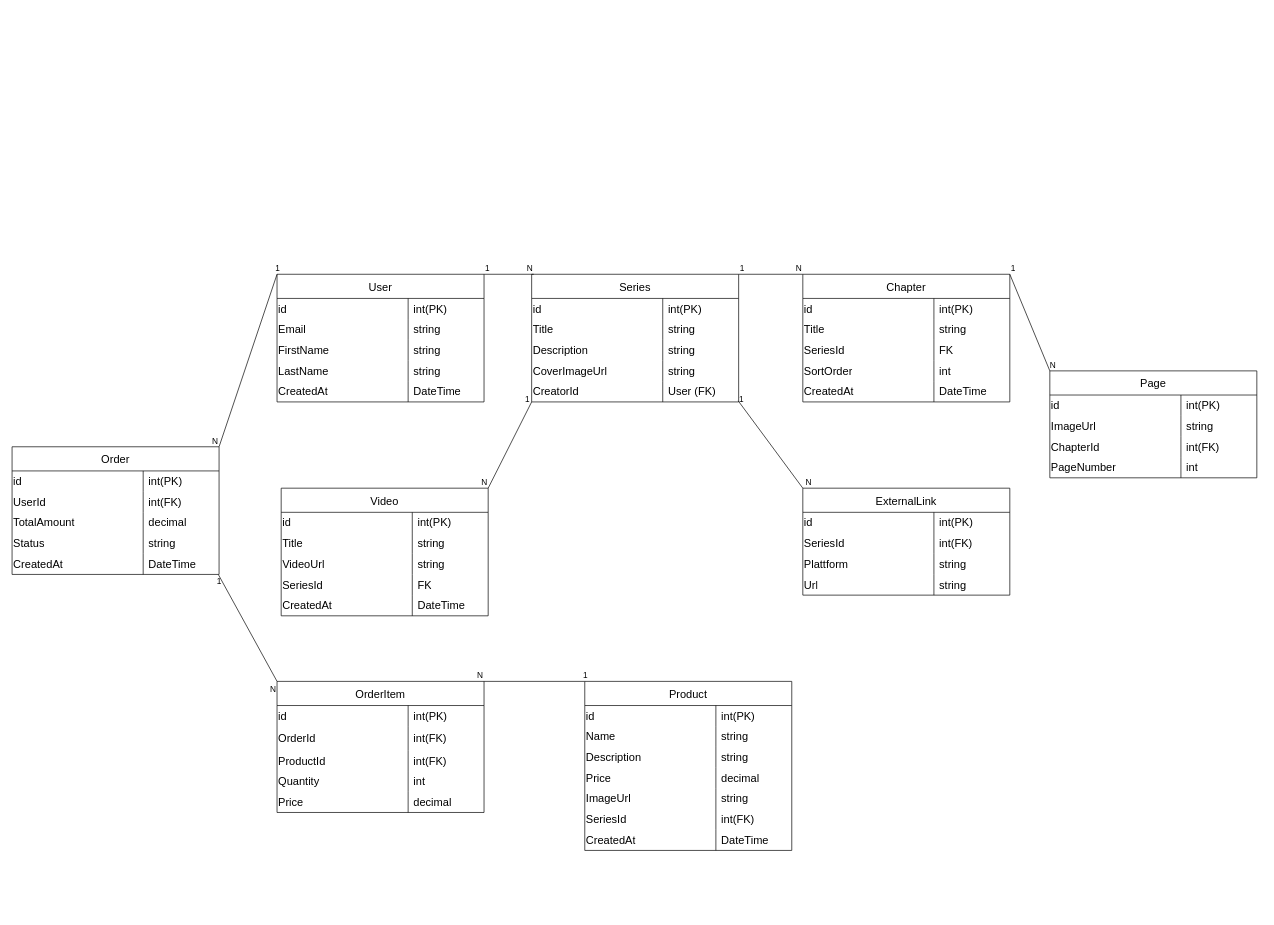
Earlier version of the draw.io diagram Diagrams/ER-diagram.drawio (SaraM47/Twinstartanimation-backend). Source tidied: cells renumbered, new cells numbered last; positions are measured from the earlier drawing's top-left corner, leaving out a move shared by most shapes. Both pictures are drawn from the tidied source at 69%, with x=0, y=0 at pixel (12, 274).
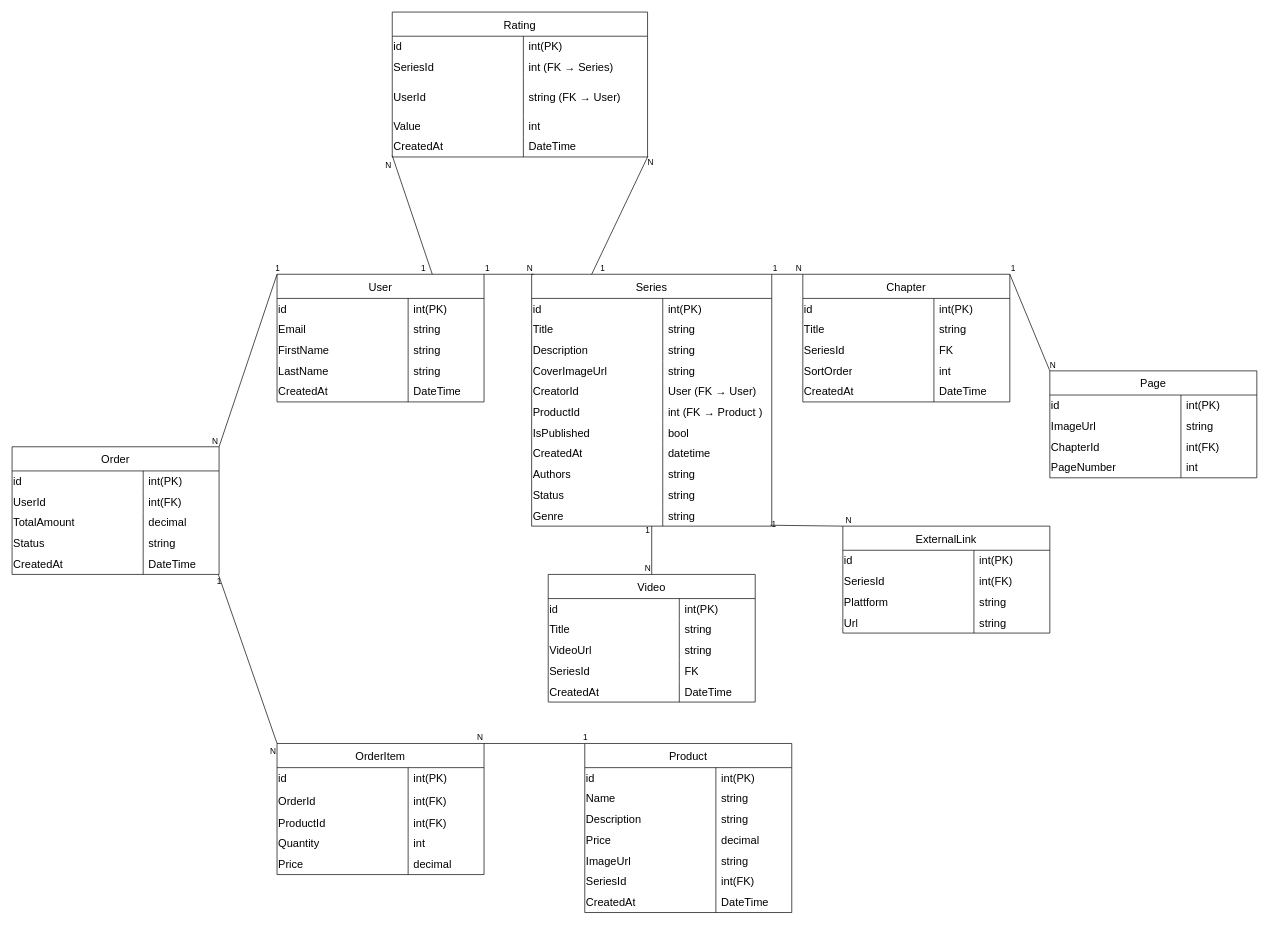
Above is the later version.

Commit message (it also covers changes not shown here):
Updared the ER-diragram by adding Rating entity and fields in Series entiteten

Unchanged cells that the change refers to:
```xml
<mxCell id="2" value="User" style="shape=table;startSize=35;childLayout=tableLayout;rowLines=0;fontStyle=0;strokeColor=default;fontSize=16;rounded=0;" parent="1" vertex="1">
  <mxGeometry x="384" width="300" height="185" as="geometry" />
</mxCell>
```

Change to the diagram source:
```diff
@@
     <mxCell id="18" value="Series" style="shape=table;startSize=35;childLayout=tableLayout;rowLines=0;fontStyle=0;strokeColor=default;fontSize=16;rounded=0;" parent="1" vertex="1">
-      <mxGeometry x="753" width="300" height="185" as="geometry" />
+      <mxGeometry x="753" width="348" height="365" as="geometry" />
     </mxCell>
     <mxCell id="19" style="shape=tableRow;horizontal=0;startSize=0;swimlaneHead=0;swimlaneBody=0;top=0;left=0;bottom=0;right=0;fillColor=none;strokeColor=inherit;fontSize=16;rounded=0;" parent="18" vertex="1">
-      <mxGeometry y="35" width="300" height="30" as="geometry" />
+      <mxGeometry y="35" width="348" height="30" as="geometry" />
     </mxCell>
@@
     <mxCell id="21" value="&lt;span style=&quot;color: rgb(0, 0, 0);&quot;&gt;&lt;font&gt;int(PK)&lt;/font&gt;&lt;/span&gt;" style="shape=partialRectangle;html=1;whiteSpace=wrap;fillColor=none;top=0;left=0;bottom=0;right=0;align=left;spacingLeft=6;overflow=hidden;strokeColor=inherit;fontSize=16;rounded=0;strokeWidth=16;" parent="19" vertex="1">
-      <mxGeometry x="190" width="110" height="30" as="geometry" />
+      <mxGeometry x="190" width="158" height="30" as="geometry" />
     </mxCell>
     <mxCell id="22" style="shape=tableRow;horizontal=0;startSize=0;swimlaneHead=0;swimlaneBody=0;top=0;left=0;bottom=0;right=0;fillColor=none;strokeColor=inherit;fontSize=16;rounded=0;" parent="18" vertex="1">
-      <mxGeometry y="65" width="300" height="30" as="geometry" />
+      <mxGeometry y="65" width="348" height="30" as="geometry" />
     </mxCell>
@@
     <mxCell id="24" value="&lt;span style=&quot;color: rgb(0, 0, 0);&quot;&gt;&lt;font&gt;string&lt;/font&gt;&lt;/span&gt;" style="shape=partialRectangle;html=1;whiteSpace=wrap;fillColor=none;top=0;left=0;bottom=0;right=0;align=left;spacingLeft=6;overflow=hidden;strokeColor=inherit;fontSize=16;rounded=0;strokeWidth=16;" parent="22" vertex="1">
-      <mxGeometry x="190" width="110" height="30" as="geometry" />
+      <mxGeometry x="190" width="158" height="30" as="geometry" />
     </mxCell>
     <mxCell id="25" style="shape=tableRow;horizontal=0;startSize=0;swimlaneHead=0;swimlaneBody=0;top=0;left=0;bottom=0;right=0;fillColor=none;strokeColor=inherit;fontSize=16;rounded=0;" parent="18" vertex="1">
-      <mxGeometry y="95" width="300" height="30" as="geometry" />
+      <mxGeometry y="95" width="348" height="30" as="geometry" />
     </mxCell>
@@
     <mxCell id="27" value="&lt;span style=&quot;color: rgb(0, 0, 0);&quot;&gt;&lt;font&gt;string&lt;/font&gt;&lt;/span&gt;" style="shape=partialRectangle;html=1;whiteSpace=wrap;fillColor=none;top=0;left=0;bottom=0;right=0;align=left;spacingLeft=6;overflow=hidden;strokeColor=inherit;fontSize=16;rounded=0;strokeWidth=16;" parent="25" vertex="1">
-      <mxGeometry x="190" width="110" height="30" as="geometry" />
+      <mxGeometry x="190" width="158" height="30" as="geometry" />
     </mxCell>
     <mxCell id="28" style="shape=tableRow;horizontal=0;startSize=0;swimlaneHead=0;swimlaneBody=0;top=0;left=0;bottom=0;right=0;fillColor=none;strokeColor=inherit;fontSize=16;rounded=0;" parent="18" vertex="1">
-      <mxGeometry y="125" width="300" height="30" as="geometry" />
+      <mxGeometry y="125" width="348" height="30" as="geometry" />
     </mxCell>
@@
     <mxCell id="30" value="string" style="shape=partialRectangle;html=1;whiteSpace=wrap;fillColor=none;top=0;left=0;bottom=0;right=0;align=left;spacingLeft=6;overflow=hidden;strokeColor=inherit;fontSize=16;rounded=0;" parent="28" vertex="1">
-      <mxGeometry x="190" width="110" height="30" as="geometry" />
+      <mxGeometry x="190" width="158" height="30" as="geometry" />
     </mxCell>
     <mxCell id="31" style="shape=tableRow;horizontal=0;startSize=0;swimlaneHead=0;swimlaneBody=0;top=0;left=0;bottom=0;right=0;fillColor=none;points=[[0,0.5],[1,0.5]];portConstraint=eastwest;strokeColor=inherit;fontSize=16;rounded=0;" parent="18" vertex="1">
-      <mxGeometry y="155" width="300" height="30" as="geometry" />
+      <mxGeometry y="155" width="348" height="30" as="geometry" />
     </mxCell>
@@
-    <mxCell id="33" value="User (FK)" style="shape=partialRectangle;html=1;whiteSpace=wrap;fillColor=none;top=0;left=0;bottom=0;right=0;align=left;spacingLeft=6;overflow=hidden;strokeColor=inherit;fontSize=16;rounded=0;" parent="31" vertex="1">
-      <mxGeometry x="190" width="110" height="30" as="geometry" />
+    <mxCell id="33" value="User (FK → User)" style="shape=partialRectangle;html=1;whiteSpace=wrap;fillColor=none;top=0;left=0;bottom=0;right=0;align=left;spacingLeft=6;overflow=hidden;strokeColor=inherit;fontSize=16;rounded=0;" parent="31" vertex="1">
+      <mxGeometry x="190" width="158" height="30" as="geometry" />
     </mxCell>
+    <mxCell id="170" style="shape=tableRow;horizontal=0;startSize=0;swimlaneHead=0;swimlaneBody=0;top=0;left=0;bottom=0;right=0;fillColor=none;strokeColor=inherit;fontSize=16;rounded=0;" parent="18" vertex="1">
+      <mxGeometry y="185" width="348" height="30" as="geometry" />
+    </mxCell>
+    <mxCell id="171" value="ProductId" style="shape=partialRectangle;html=1;whiteSpace=wrap;fillColor=none;top=0;left=0;bottom=0;right=0;overflow=hidden;strokeColor=inherit;fontSize=16;align=left;rounded=0;" parent="170" vertex="1">
+      <mxGeometry width="190" height="30" as="geometry" />
+    </mxCell>
+    <mxCell id="172" value="int (FK →&amp;nbsp;Product )" style="shape=partialRectangle;html=1;whiteSpace=wrap;fillColor=none;top=0;left=0;bottom=0;right=0;align=left;spacingLeft=6;overflow=hidden;strokeColor=inherit;fontSize=16;rounded=0;" parent="170" vertex="1">
+      <mxGeometry x="190" width="158" height="30" as="geometry" />
+    </mxCell>
+    <mxCell id="173" style="shape=tableRow;horizontal=0;startSize=0;swimlaneHead=0;swimlaneBody=0;top=0;left=0;bottom=0;right=0;fillColor=none;strokeColor=inherit;fontSize=16;rounded=0;" parent="18" vertex="1">
+      <mxGeometry y="215" width="348" height="30" as="geometry" />
+    </mxCell>
+    <mxCell id="174" value="IsPublished" style="shape=partialRectangle;html=1;whiteSpace=wrap;fillColor=none;top=0;left=0;bottom=0;right=0;overflow=hidden;strokeColor=inherit;fontSize=16;align=left;rounded=0;" parent="173" vertex="1">
+      <mxGeometry width="190" height="30" as="geometry" />
+    </mxCell>
+    <mxCell id="175" value="bool" style="shape=partialRectangle;html=1;whiteSpace=wrap;fillColor=none;top=0;left=0;bottom=0;right=0;align=left;spacingLeft=6;overflow=hidden;strokeColor=inherit;fontSize=16;rounded=0;" parent="173" vertex="1">
+      <mxGeometry x="190" width="158" height="30" as="geometry" />
+    </mxCell>
+    <mxCell id="176" style="shape=tableRow;horizontal=0;startSize=0;swimlaneHead=0;swimlaneBody=0;top=0;left=0;bottom=0;right=0;fillColor=none;strokeColor=inherit;fontSize=16;rounded=0;" parent="18" vertex="1">
+      <mxGeometry y="245" width="348" height="30" as="geometry" />
+    </mxCell>
+    <mxCell id="177" value="CreatedAt" style="shape=partialRectangle;html=1;whiteSpace=wrap;fillColor=none;top=0;left=0;bottom=0;right=0;overflow=hidden;strokeColor=inherit;fontSize=16;align=left;rounded=0;" parent="176" vertex="1">
+      <mxGeometry width="190" height="30" as="geometry" />
+    </mxCell>
+    <mxCell id="178" value="datetime" style="shape=partialRectangle;html=1;whiteSpace=wrap;fillColor=none;top=0;left=0;bottom=0;right=0;align=left;spacingLeft=6;overflow=hidden;strokeColor=inherit;fontSize=16;rounded=0;" parent="176" vertex="1">
+      <mxGeometry x="190" width="158" height="30" as="geometry" />
+    </mxCell>
+    <mxCell id="179" style="shape=tableRow;horizontal=0;startSize=0;swimlaneHead=0;swimlaneBody=0;top=0;left=0;bottom=0;right=0;fillColor=none;strokeColor=inherit;fontSize=16;rounded=0;" parent="18" vertex="1">
+      <mxGeometry y="275" width="348" height="30" as="geometry" />
+    </mxCell>
+    <mxCell id="180" value="Authors" style="shape=partialRectangle;html=1;whiteSpace=wrap;fillColor=none;top=0;left=0;bottom=0;right=0;overflow=hidden;strokeColor=inherit;fontSize=16;align=left;rounded=0;" parent="179" vertex="1">
+      <mxGeometry width="190" height="30" as="geometry" />
+    </mxCell>
+    <mxCell id="181" value="string" style="shape=partialRectangle;html=1;whiteSpace=wrap;fillColor=none;top=0;left=0;bottom=0;right=0;align=left;spacingLeft=6;overflow=hidden;strokeColor=inherit;fontSize=16;rounded=0;" parent="179" vertex="1">
+      <mxGeometry x="190" width="158" height="30" as="geometry" />
+    </mxCell>
+    <mxCell id="182" style="shape=tableRow;horizontal=0;startSize=0;swimlaneHead=0;swimlaneBody=0;top=0;left=0;bottom=0;right=0;fillColor=none;strokeColor=inherit;fontSize=16;rounded=0;" parent="18" vertex="1">
+      <mxGeometry y="305" width="348" height="30" as="geometry" />
+    </mxCell>
+    <mxCell id="183" value="Status" style="shape=partialRectangle;html=1;whiteSpace=wrap;fillColor=none;top=0;left=0;bottom=0;right=0;overflow=hidden;strokeColor=inherit;fontSize=16;align=left;rounded=0;" parent="182" vertex="1">
+      <mxGeometry width="190" height="30" as="geometry" />
+    </mxCell>
+    <mxCell id="184" value="string" style="shape=partialRectangle;html=1;whiteSpace=wrap;fillColor=none;top=0;left=0;bottom=0;right=0;align=left;spacingLeft=6;overflow=hidden;strokeColor=inherit;fontSize=16;rounded=0;" parent="182" vertex="1">
+      <mxGeometry x="190" width="158" height="30" as="geometry" />
+    </mxCell>
+    <mxCell id="185" style="shape=tableRow;horizontal=0;startSize=0;swimlaneHead=0;swimlaneBody=0;top=0;left=0;bottom=0;right=0;fillColor=none;points=[[0,0.5],[1,0.5]];portConstraint=eastwest;strokeColor=inherit;fontSize=16;rounded=0;" parent="18" vertex="1">
+      <mxGeometry y="335" width="348" height="30" as="geometry" />
+    </mxCell>
+    <mxCell id="186" value="Genre" style="shape=partialRectangle;html=1;whiteSpace=wrap;fillColor=none;top=0;left=0;bottom=0;right=0;overflow=hidden;strokeColor=inherit;fontSize=16;align=left;rounded=0;" parent="185" vertex="1">
+      <mxGeometry width="190" height="30" as="geometry" />
+    </mxCell>
+    <mxCell id="187" value="string" style="shape=partialRectangle;html=1;whiteSpace=wrap;fillColor=none;top=0;left=0;bottom=0;right=0;align=left;spacingLeft=6;overflow=hidden;strokeColor=inherit;fontSize=16;rounded=0;" parent="185" vertex="1">
+      <mxGeometry x="190" width="158" height="30" as="geometry" />
+    </mxCell>
@@
     <mxCell id="63" value="Video" style="shape=table;startSize=35;childLayout=tableLayout;rowLines=0;fontStyle=0;strokeColor=default;fontSize=16;rounded=0;" parent="1" vertex="1">
-      <mxGeometry x="390" y="310" width="300" height="185" as="geometry" />
+      <mxGeometry x="777" y="435" width="300" height="185" as="geometry" />
     </mxCell>
@@
     <mxCell id="79" value="Product" style="shape=table;startSize=35;childLayout=tableLayout;rowLines=0;fontStyle=0;strokeColor=default;fontSize=16;rounded=0;" parent="1" vertex="1">
-      <mxGeometry x="830" y="590" width="300" height="245" as="geometry" />
+      <mxGeometry x="830" y="680" width="300" height="245" as="geometry" />
     </mxCell>
@@
     <mxCell id="117" value="OrderItem" style="shape=table;startSize=35;childLayout=tableLayout;rowLines=0;fontStyle=0;strokeColor=default;fontSize=16;rounded=0;" parent="1" vertex="1">
-      <mxGeometry x="384" y="590" width="300" height="190" as="geometry" />
+      <mxGeometry x="384" y="680" width="300" height="190" as="geometry" />
     </mxCell>
@@
     <mxCell id="133" value="ExternalLink" style="shape=table;startSize=35;childLayout=tableLayout;rowLines=0;fontStyle=0;strokeColor=default;fontSize=16;rounded=0;" parent="1" vertex="1">
-      <mxGeometry x="1146" y="310" width="300" height="155" as="geometry" />
+      <mxGeometry x="1204" y="365" width="300" height="155" as="geometry" />
     </mxCell>
@@
-    <mxCell id="164" style="endArrow=none;html=1;rounded=0;entryX=1;entryY=0;entryDx=0;entryDy=0;exitX=0;exitY=1;exitDx=0;exitDy=0;" parent="1" edge="1" source="18" target="63">
+    <mxCell id="164" style="endArrow=none;html=1;rounded=0;entryX=0.5;entryY=0;entryDx=0;entryDy=0;exitX=0.5;exitY=1;exitDx=0;exitDy=0;" parent="1" edge="1" source="18" target="63">
       <mxGeometry relative="1" as="geometry" />
     </mxCell>
     <mxCell id="165" value="1" style="html=1;whiteSpace=wrap;align=left;verticalAlign=bottom;" parent="164" vertex="1">
       <mxGeometry x="-1" relative="1" as="geometry">
-        <mxPoint x="-11" y="5" as="offset" />
+        <mxPoint x="-11" y="15" as="offset" />
       </mxGeometry>
     </mxCell>
@@
-    <mxCell id="167" style="endArrow=none;html=1;rounded=0;exitX=0.998;exitY=0.948;exitDx=0;exitDy=0;entryX=0;entryY=0;entryDx=0;entryDy=0;exitPerimeter=0;" parent="1" edge="1" source="31" target="133">
+    <mxCell id="167" style="endArrow=none;html=1;rounded=0;exitX=0.995;exitY=0.957;exitDx=0;exitDy=0;entryX=0;entryY=0;entryDx=0;entryDy=0;exitPerimeter=0;" parent="1" edge="1" source="185" target="133">
       <mxGeometry relative="1" as="geometry" />
     </mxCell>
@@
+    <mxCell id="188" value="Rating" style="shape=table;startSize=35;childLayout=tableLayout;rowLines=0;fontStyle=0;strokeColor=default;fontSize=16;rounded=0;" parent="1" vertex="1">
+      <mxGeometry x="551" y="-380" width="370" height="210" as="geometry" />
+    </mxCell>
+    <mxCell id="189" style="shape=tableRow;horizontal=0;startSize=0;swimlaneHead=0;swimlaneBody=0;top=0;left=0;bottom=0;right=0;fillColor=none;strokeColor=inherit;fontSize=16;rounded=0;" parent="188" vertex="1">
+      <mxGeometry y="35" width="370" height="30" as="geometry" />
+    </mxCell>
+    <mxCell id="190" value="id" style="shape=partialRectangle;html=1;whiteSpace=wrap;fillColor=none;top=0;left=0;bottom=0;right=0;overflow=hidden;strokeColor=inherit;fontSize=16;align=left;rounded=0;" parent="189" vertex="1">
+      <mxGeometry width="190" height="30" as="geometry" />
+    </mxCell>
+    <mxCell id="191" value="&lt;span style=&quot;color: rgb(0, 0, 0);&quot;&gt;&lt;font&gt;int(PK)&lt;/font&gt;&lt;/span&gt;" style="shape=partialRectangle;html=1;whiteSpace=wrap;fillColor=none;top=0;left=0;bottom=0;right=0;align=left;spacingLeft=6;overflow=hidden;strokeColor=inherit;fontSize=16;rounded=0;strokeWidth=16;" parent="189" vertex="1">
+      <mxGeometry x="190" width="180" height="30" as="geometry" />
+    </mxCell>
+    <mxCell id="192" style="shape=tableRow;horizontal=0;startSize=0;swimlaneHead=0;swimlaneBody=0;top=0;left=0;bottom=0;right=0;fillColor=none;strokeColor=inherit;fontSize=16;rounded=0;" parent="188" vertex="1">
+      <mxGeometry y="65" width="370" height="30" as="geometry" />
+    </mxCell>
+    <mxCell id="193" value="SeriesId" style="shape=partialRectangle;html=1;whiteSpace=wrap;fillColor=none;top=0;left=0;bottom=0;right=0;overflow=hidden;strokeColor=inherit;fontSize=16;align=left;rounded=0;" parent="192" vertex="1">
+      <mxGeometry width="190" height="30" as="geometry" />
+    </mxCell>
+    <mxCell id="194" value="int (FK → Series)" style="shape=partialRectangle;html=1;whiteSpace=wrap;fillColor=none;top=0;left=0;bottom=0;right=0;align=left;spacingLeft=6;overflow=hidden;strokeColor=inherit;fontSize=16;rounded=0;strokeWidth=16;" parent="192" vertex="1">
+      <mxGeometry x="190" width="180" height="30" as="geometry" />
+    </mxCell>
+    <mxCell id="195" style="shape=tableRow;horizontal=0;startSize=0;swimlaneHead=0;swimlaneBody=0;top=0;left=0;bottom=0;right=0;fillColor=none;strokeColor=inherit;fontSize=16;rounded=0;" parent="188" vertex="1">
+      <mxGeometry y="95" width="370" height="55" as="geometry" />
+    </mxCell>
+    <mxCell id="196" value="UserId" style="shape=partialRectangle;html=1;whiteSpace=wrap;fillColor=none;top=0;left=0;bottom=0;right=0;overflow=hidden;strokeColor=inherit;fontSize=16;align=left;rounded=0;" parent="195" vertex="1">
+      <mxGeometry width="190" height="55" as="geometry" />
+    </mxCell>
+    <mxCell id="197" value="string (FK → User)" style="shape=partialRectangle;html=1;whiteSpace=wrap;fillColor=none;top=0;left=0;bottom=0;right=0;align=left;spacingLeft=6;overflow=hidden;strokeColor=inherit;fontSize=16;rounded=0;" parent="195" vertex="1">
+      <mxGeometry x="190" width="180" height="55" as="geometry" />
+    </mxCell>
+    <mxCell id="198" style="shape=tableRow;horizontal=0;startSize=0;swimlaneHead=0;swimlaneBody=0;top=0;left=0;bottom=0;right=0;fillColor=none;strokeColor=inherit;fontSize=16;rounded=0;" parent="188" vertex="1">
+      <mxGeometry y="150" width="370" height="30" as="geometry" />
+    </mxCell>
+    <mxCell id="199" value="Value" style="shape=partialRectangle;html=1;whiteSpace=wrap;fillColor=none;top=0;left=0;bottom=0;right=0;overflow=hidden;strokeColor=inherit;fontSize=16;align=left;rounded=0;" parent="198" vertex="1">
+      <mxGeometry width="190" height="30" as="geometry" />
+    </mxCell>
+    <mxCell id="200" value="int" style="shape=partialRectangle;html=1;whiteSpace=wrap;fillColor=none;top=0;left=0;bottom=0;right=0;align=left;spacingLeft=6;overflow=hidden;strokeColor=inherit;fontSize=16;rounded=0;" parent="198" vertex="1">
+      <mxGeometry x="190" width="180" height="30" as="geometry" />
+    </mxCell>
+    <mxCell id="201" style="shape=tableRow;horizontal=0;startSize=0;swimlaneHead=0;swimlaneBody=0;top=0;left=0;bottom=0;right=0;fillColor=none;points=[[0,0.5],[1,0.5]];portConstraint=eastwest;strokeColor=inherit;fontSize=16;rounded=0;" parent="188" vertex="1">
+      <mxGeometry y="180" width="370" height="30" as="geometry" />
+    </mxCell>
+    <mxCell id="202" value="CreatedAt" style="shape=partialRectangle;html=1;whiteSpace=wrap;fillColor=none;top=0;left=0;bottom=0;right=0;overflow=hidden;strokeColor=inherit;fontSize=16;align=left;rounded=0;" parent="201" vertex="1">
+      <mxGeometry width="190" height="30" as="geometry" />
+    </mxCell>
+    <mxCell id="203" value="DateTime" style="shape=partialRectangle;html=1;whiteSpace=wrap;fillColor=none;top=0;left=0;bottom=0;right=0;align=left;spacingLeft=6;overflow=hidden;strokeColor=inherit;fontSize=16;rounded=0;" parent="201" vertex="1">
+      <mxGeometry x="190" width="180" height="30" as="geometry" />
+    </mxCell>
+    <mxCell id="204" style="endArrow=none;html=1;rounded=0;exitX=0.75;exitY=0;exitDx=0;exitDy=0;entryX=0;entryY=0.937;entryDx=0;entryDy=0;entryPerimeter=0;" parent="1" edge="1" source="2" target="201">
+      <mxGeometry relative="1" as="geometry" />
+    </mxCell>
+    <mxCell id="205" value="1" style="html=1;whiteSpace=wrap;align=left;verticalAlign=bottom;" parent="204" vertex="1">
+      <mxGeometry x="-1" relative="1" as="geometry">
+        <mxPoint x="-18" as="offset" />
+      </mxGeometry>
+    </mxCell>
+    <mxCell id="206" value="N" style="html=1;whiteSpace=wrap;align=right;verticalAlign=bottom;" parent="204" vertex="1">
+      <mxGeometry x="1" relative="1" as="geometry">
+        <mxPoint y="22" as="offset" />
+      </mxGeometry>
+    </mxCell>
+    <mxCell id="207" style="endArrow=none;html=1;rounded=0;exitX=0.25;exitY=0;exitDx=0;exitDy=0;entryX=1.001;entryY=0.975;entryDx=0;entryDy=0;entryPerimeter=0;" parent="1" edge="1" source="18" target="201">
+      <mxGeometry relative="1" as="geometry" />
+    </mxCell>
+    <mxCell id="208" value="1" style="html=1;whiteSpace=wrap;align=left;verticalAlign=bottom;" parent="207" vertex="1">
+      <mxGeometry x="-1" relative="1" as="geometry">
+        <mxPoint x="11" as="offset" />
+      </mxGeometry>
+    </mxCell>
+    <mxCell id="209" value="N" style="html=1;whiteSpace=wrap;align=right;verticalAlign=bottom;" parent="207" vertex="1">
+      <mxGeometry x="1" relative="1" as="geometry">
+        <mxPoint x="10" y="17" as="offset" />
+      </mxGeometry>
+    </mxCell>
```
